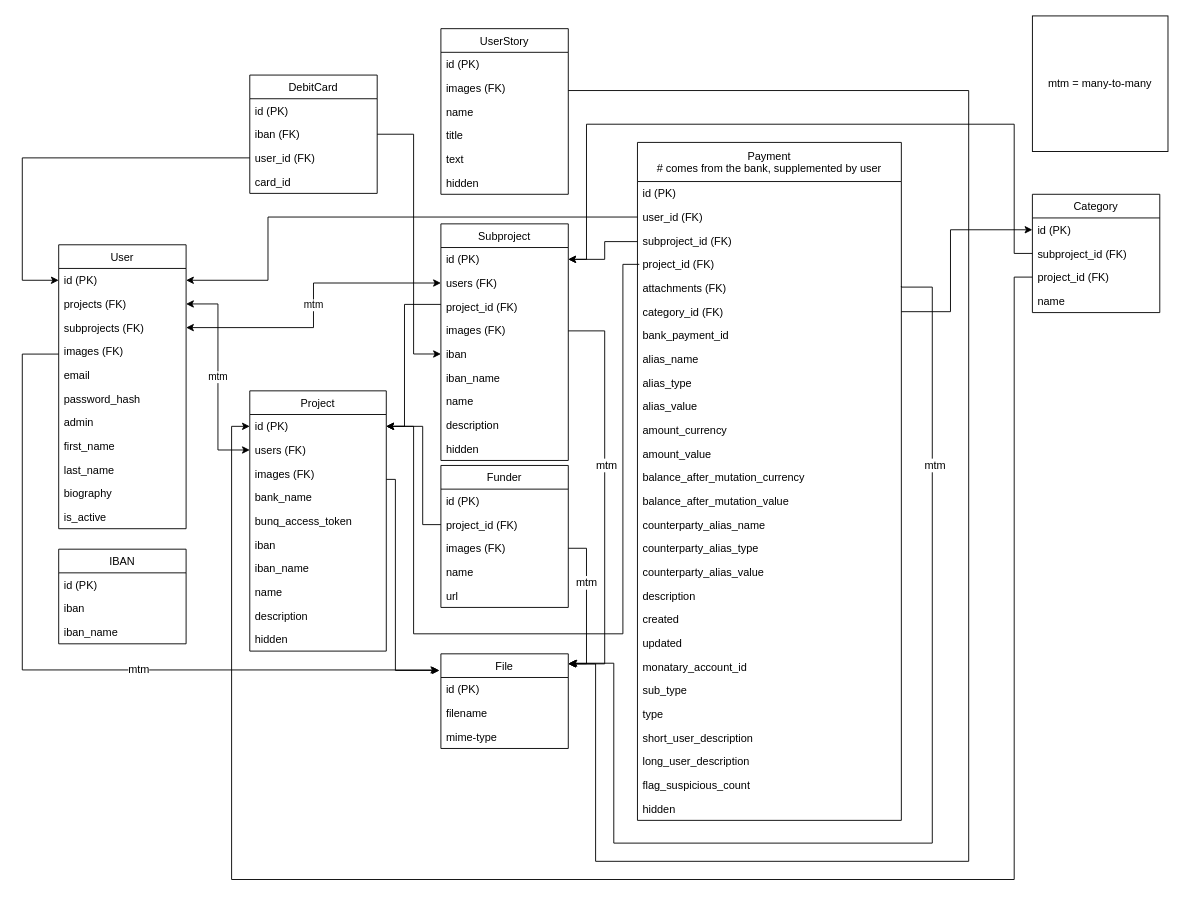
Before: open_poen_architecture.drawio in openstate/open-poen, a draw.io diagram. Source tidied: cells renumbered, new cells numbered last; positions are measured from the earlier drawing's top-left corner, leaving out a move shared by most shapes. Both pictures are drawn from the tidied source at 91%, with x=0, y=0 at pixel (22, 15).
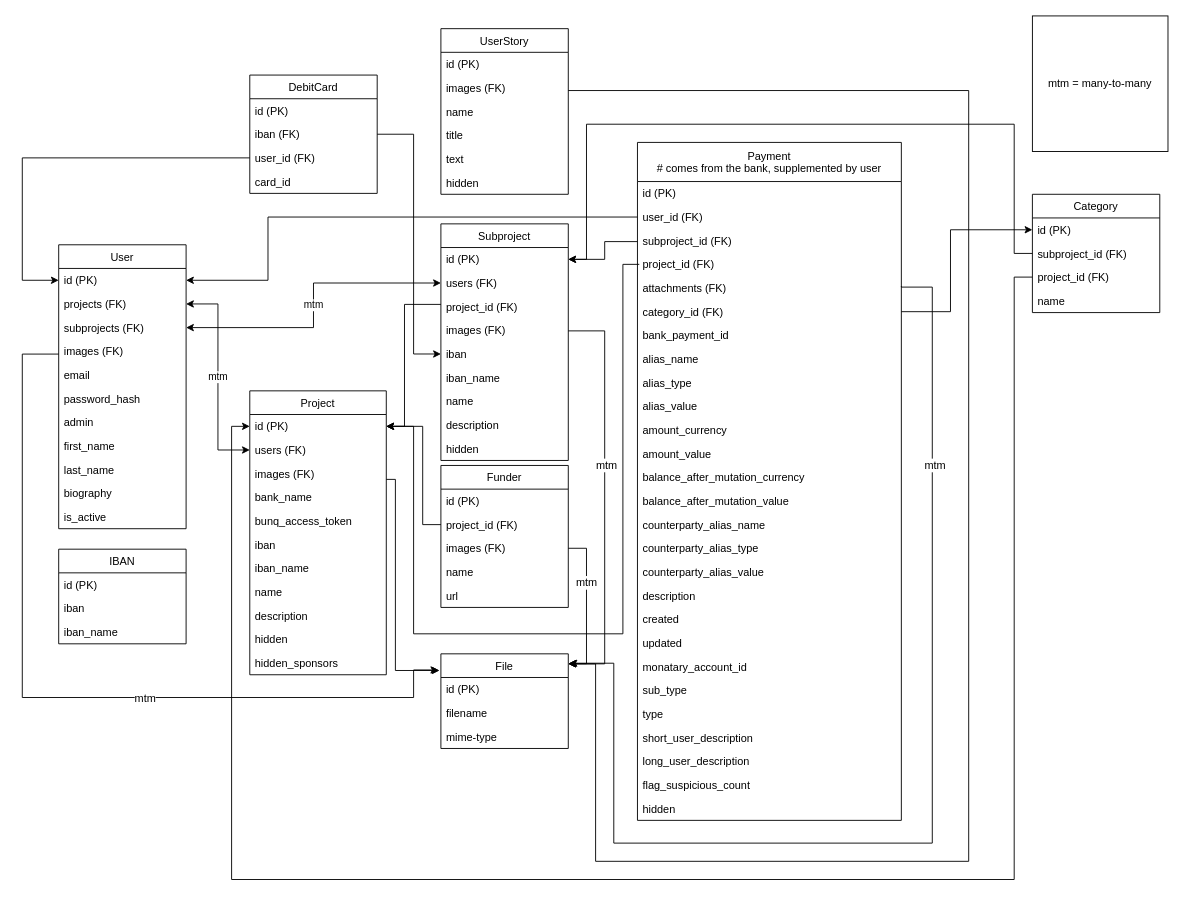
After the change.

Commit message (it also covers changes not shown here):
Add option to hide sponsors

What changed in the source:
```diff
@@
     <mxCell id="43" value="Project" style="swimlane;fontStyle=0;horizontal=1;startSize=26;fillColor=none;" parent="1" vertex="1">
-      <mxGeometry x="250" y="412" width="150" height="286" as="geometry" />
+      <mxGeometry x="250" y="412" width="150" height="312" as="geometry" />
     </mxCell>
@@
+    <mxCell id="117" value="hidden_sponsors&#10;" style="text;strokeColor=none;fillColor=none;align=left;verticalAlign=top;spacingLeft=4;spacingRight=4;overflow=hidden;" parent="43" vertex="1">
+      <mxGeometry y="286" width="150" height="26" as="geometry" />
+    </mxCell>
@@
     <mxCell id="97" style="edgeStyle=orthogonalEdgeStyle;rounded=0;orthogonalLoop=1;jettySize=auto;html=1;entryX=-0.02;entryY=0.132;entryDx=0;entryDy=0;entryPerimeter=0;" parent="1" edge="1">
       <mxGeometry relative="1" as="geometry">
         <mxPoint x="40" y="371.6" as="sourcePoint" />
         <mxPoint x="457.1" y="718.7" as="targetPoint" />
         <Array as="points">
           <mxPoint y="372" />
-          <mxPoint y="719" />
+          <mxPoint y="749" />
+          <mxPoint x="430" y="749" />
+          <mxPoint x="430" y="719" />
         </Array>
       </mxGeometry>
     </mxCell>
```
